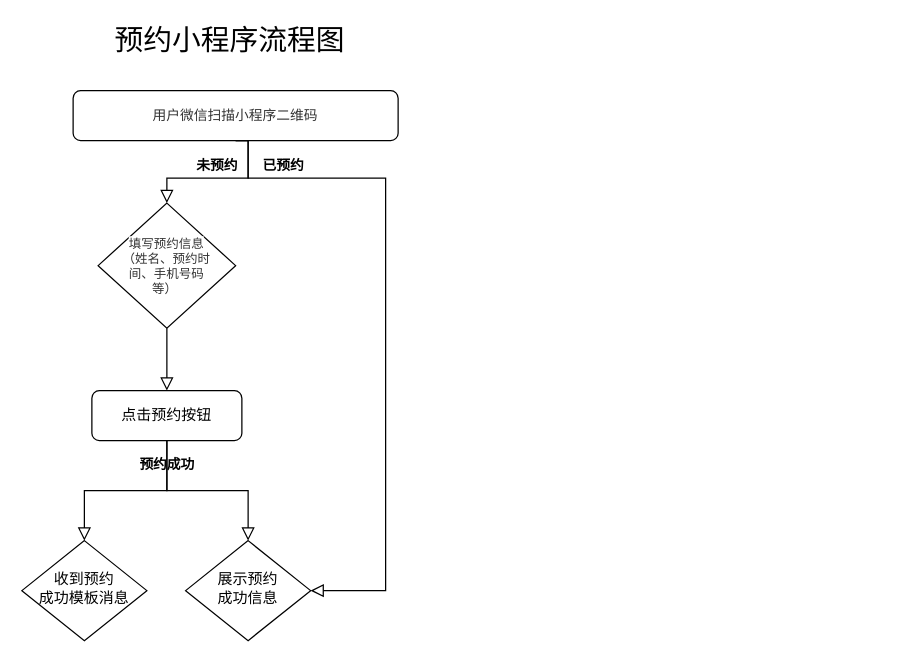
Before: 预约小程序.drawio in yisqiu/SimpleMap-wx, a draw.io diagram. Source tidied: cells renumbered, new cells numbered last; positions are measured from the earlier drawing's top-left corner, leaving out a move shared by most shapes. Both pictures are drawn from the tidied source at 125%, with x=0, y=0 at pixel (21, 21).
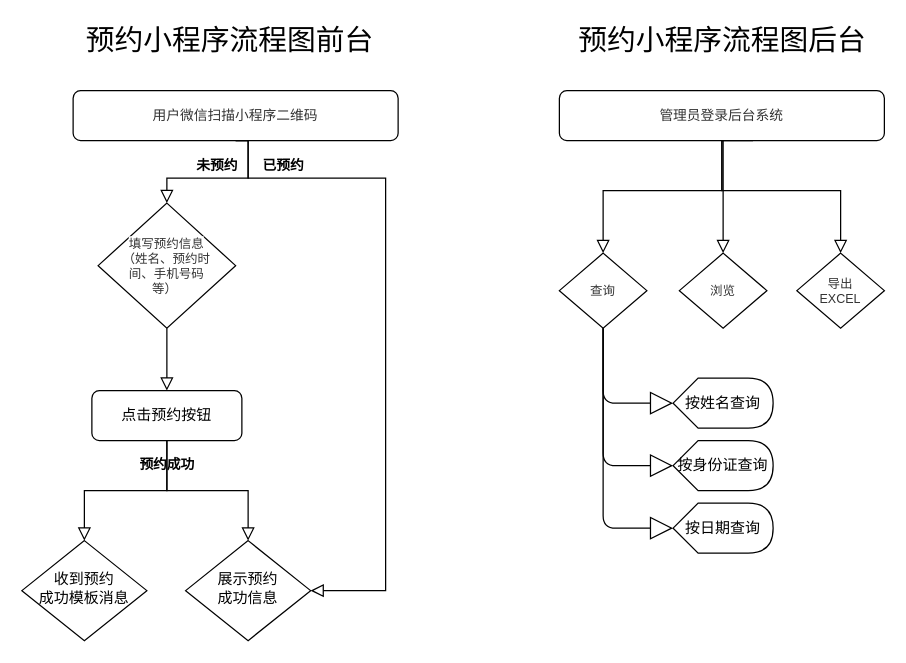
The same diagram, later.

Commit message:
Update 预约小程序.drawio

The edit, as a diff of the source:
```diff
@@
-    <mxCell id="12" value="预约小程序流程图" style="text;html=1;align=center;verticalAlign=middle;fontSize=23;fontStyle=0;" parent="1" vertex="1">
-      <mxGeometry x="66" width="200" height="30" as="geometry" />
+    <mxCell id="12" value="预约小程序流程图前台" style="text;html=1;align=center;verticalAlign=middle;fontSize=23;fontStyle=0;" parent="1" vertex="1">
+      <mxGeometry x="41" width="250" height="30" as="geometry" />
     </mxCell>
+    <mxCell id="13" value="预约小程序流程图后台" style="text;html=1;align=center;verticalAlign=middle;fontSize=23;fontStyle=0;" parent="1" vertex="1">
+      <mxGeometry x="435" width="250" height="30" as="geometry" />
+    </mxCell>
+    <mxCell id="14" value="&lt;font color=&quot;#333333&quot;&gt;&lt;span style=&quot;background-color: rgb(255 , 255 , 255)&quot;&gt;管理员登录后台系统&lt;/span&gt;&lt;/font&gt;" style="rounded=1;whiteSpace=wrap;html=1;fontSize=11;glass=0;strokeWidth=1;shadow=0;" parent="1" vertex="1">
+      <mxGeometry x="430" y="55" width="260" height="40" as="geometry" />
+    </mxCell>
+    <mxCell id="15" value="&lt;font color=&quot;#333333&quot;&gt;&lt;span style=&quot;background-color: rgb(255 , 255 , 255)&quot;&gt;查询&lt;/span&gt;&lt;/font&gt;" style="rhombus;whiteSpace=wrap;html=1;shadow=0;fontFamily=Helvetica;fontSize=10;align=center;strokeWidth=1;spacing=10;spacingTop=10;spacingLeft=10;spacingBottom=10;spacingRight=10;" parent="1" vertex="1">
+      <mxGeometry x="430" y="185" width="70" height="60" as="geometry" />
+    </mxCell>
+    <mxCell id="16" value="&lt;font color=&quot;#333333&quot;&gt;&lt;span style=&quot;background-color: rgb(255 , 255 , 255)&quot;&gt;浏览&lt;/span&gt;&lt;/font&gt;" style="rhombus;whiteSpace=wrap;html=1;shadow=0;fontFamily=Helvetica;fontSize=10;align=center;strokeWidth=1;spacing=10;spacingTop=10;spacingLeft=10;spacingBottom=10;spacingRight=10;" parent="1" vertex="1">
+      <mxGeometry x="526" y="185" width="70" height="60" as="geometry" />
+    </mxCell>
+    <mxCell id="17" value="&lt;font color=&quot;#333333&quot;&gt;&lt;span style=&quot;background-color: rgb(255 , 255 , 255)&quot;&gt;导出EXCEL&lt;/span&gt;&lt;/font&gt;" style="rhombus;whiteSpace=wrap;html=1;shadow=0;fontFamily=Helvetica;fontSize=10;align=center;strokeWidth=1;spacing=10;spacingTop=10;spacingLeft=10;spacingBottom=10;spacingRight=10;" parent="1" vertex="1">
+      <mxGeometry x="620" y="185" width="70" height="60" as="geometry" />
+    </mxCell>
+    <mxCell id="18" style="edgeStyle=orthogonalEdgeStyle;rounded=0;html=1;jettySize=auto;fontSize=11;endArrow=block;endFill=0;endSize=8;strokeWidth=1;shadow=0;labelBackgroundColor=none;fontStyle=1;entryX=0.5;entryY=0;entryDx=0;entryDy=0;exitX=0.5;exitY=1;exitDx=0;exitDy=0;" parent="1" edge="1" source="14" target="15">
+      <mxGeometry x="-0.75" y="10" relative="1" as="geometry">
+        <Array as="points">
+          <mxPoint x="560" y="135" />
+          <mxPoint x="465" y="135" />
+        </Array>
+      </mxGeometry>
+    </mxCell>
+    <mxCell id="19" style="edgeStyle=orthogonalEdgeStyle;rounded=0;html=1;jettySize=auto;fontSize=11;endArrow=block;endFill=0;endSize=8;strokeWidth=1;shadow=0;labelBackgroundColor=none;fontStyle=1;entryX=0.5;entryY=0;entryDx=0;entryDy=0;exitX=0.5;exitY=1;exitDx=0;exitDy=0;" parent="1" edge="1" source="14" target="16">
+      <mxGeometry x="-0.75" y="10" relative="1" as="geometry">
+        <Array as="points">
+          <mxPoint x="561" y="95" />
+        </Array>
+      </mxGeometry>
+    </mxCell>
+    <mxCell id="20" style="edgeStyle=orthogonalEdgeStyle;rounded=0;html=1;jettySize=auto;fontSize=11;endArrow=block;endFill=0;endSize=8;strokeWidth=1;shadow=0;labelBackgroundColor=none;fontStyle=1;entryX=0.5;entryY=0;entryDx=0;entryDy=0;exitX=0.596;exitY=1;exitDx=0;exitDy=0;exitPerimeter=0;" parent="1" edge="1" source="14" target="17">
+      <mxGeometry x="-0.75" y="10" relative="1" as="geometry">
+        <Array as="points">
+          <mxPoint x="560" y="95" />
+          <mxPoint x="560" y="135" />
+          <mxPoint x="655" y="135" />
+        </Array>
+      </mxGeometry>
+    </mxCell>
+    <mxCell id="21" value="按姓名查询" style="shape=display;whiteSpace=wrap;html=1;" parent="1" vertex="1">
+      <mxGeometry x="521" y="285" width="80" height="40" as="geometry" />
+    </mxCell>
+    <mxCell id="22" style="edgeStyle=orthogonalEdgeStyle;html=1;labelBackgroundColor=none;startFill=0;startSize=8;endArrow=block;endFill=0;endSize=16;fontFamily=Verdana;fontSize=12;exitX=0.5;exitY=1;exitDx=0;exitDy=0;entryX=0;entryY=0.5;entryDx=0;entryDy=0;entryPerimeter=0;" parent="1" edge="1" source="15" target="21">
+      <mxGeometry relative="1" as="geometry">
+        <Array as="points">
+          <mxPoint x="465" y="305" />
+        </Array>
+      </mxGeometry>
+    </mxCell>
+    <mxCell id="23" value="按身份证查询" style="shape=display;whiteSpace=wrap;html=1;" parent="1" vertex="1">
+      <mxGeometry x="521" y="335" width="80" height="40" as="geometry" />
+    </mxCell>
+    <mxCell id="24" style="edgeStyle=orthogonalEdgeStyle;html=1;labelBackgroundColor=none;startFill=0;startSize=8;endArrow=block;endFill=0;endSize=16;fontFamily=Verdana;fontSize=12;entryX=0;entryY=0.5;entryDx=0;entryDy=0;entryPerimeter=0;" parent="1" edge="1" target="23">
+      <mxGeometry relative="1" as="geometry">
+        <mxPoint x="465" y="245" as="sourcePoint" />
+        <Array as="points">
+          <mxPoint x="465" y="355" />
+        </Array>
+      </mxGeometry>
+    </mxCell>
+    <mxCell id="25" value="按日期查询" style="shape=display;whiteSpace=wrap;html=1;" parent="1" vertex="1">
+      <mxGeometry x="521" y="385" width="80" height="40" as="geometry" />
+    </mxCell>
+    <mxCell id="26" style="edgeStyle=orthogonalEdgeStyle;html=1;labelBackgroundColor=none;startFill=0;startSize=8;endArrow=block;endFill=0;endSize=16;fontFamily=Verdana;fontSize=12;entryX=0;entryY=0.5;entryDx=0;entryDy=0;entryPerimeter=0;" parent="1" edge="1" target="25">
+      <mxGeometry relative="1" as="geometry">
+        <mxPoint x="465" y="245" as="sourcePoint" />
+        <Array as="points">
+          <mxPoint x="465" y="405" />
+        </Array>
+      </mxGeometry>
+    </mxCell>
```
